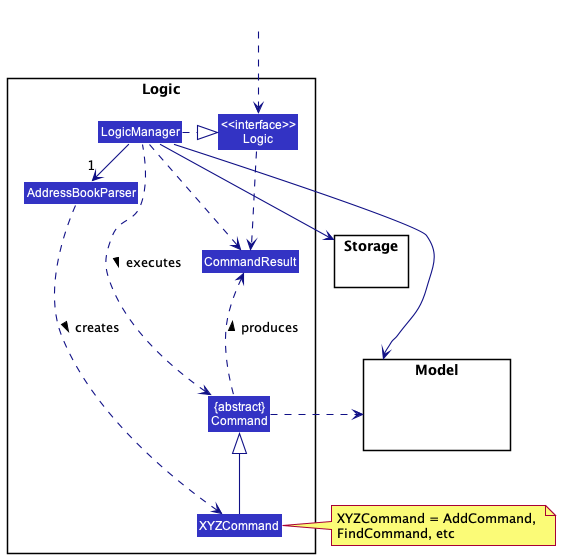
Earlier version of the PlantUML export docs/images/LogicClassDiagram.png (nus-cs2103-AY2223S2/tp).
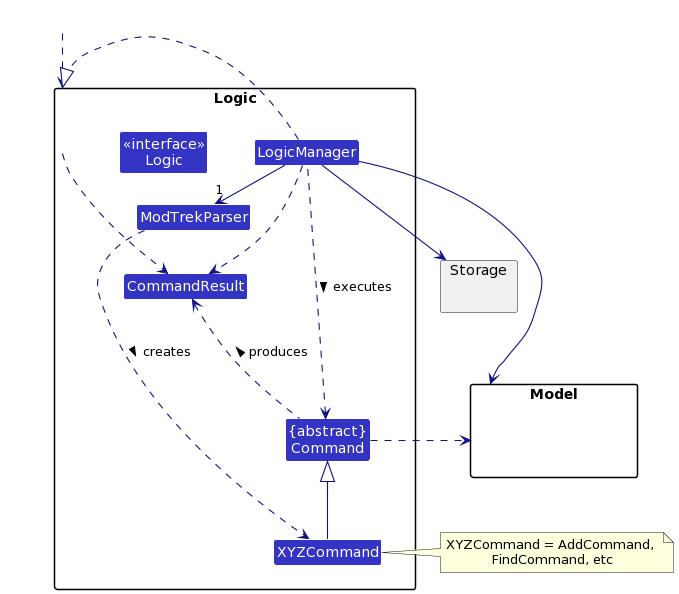
The same diagram one commit later.

Change to the diagram source:
```diff
@@ -1,12 +1,77 @@
 @startuml
-!include style.puml
+!define UI_COLOR #1D8900
+!define UI_COLOR_T1 #83E769
+!define UI_COLOR_T2 #3FC71B
+!define UI_COLOR_T3 #166800
+!define UI_COLOR_T4 #0E4100
+
+!define LOGIC_COLOR #3333C4
+!define LOGIC_COLOR_T1 #C8C8FA
+!define LOGIC_COLOR_T2 #6A6ADC
+!define LOGIC_COLOR_T3 #1616B0
+!define LOGIC_COLOR_T4 #101086
+
+!define MODEL_COLOR #9D0012
+!define MODEL_COLOR_T1 #F97181
+!define MODEL_COLOR_T2 #E41F36
+!define MODEL_COLOR_T3 #7B000E
+!define MODEL_COLOR_T4 #51000A
+
+!define STORAGE_COLOR #A38300
+!define STORAGE_COLOR_T1 #FFE374
+!define STORAGE_COLOR_T2 #EDC520
+!define STORAGE_COLOR_T3 #806600
+!define STORAGE_COLOR_T2 #544400
+
+!define USER_COLOR #000000
+
+skinparam BackgroundColor #FFFFFFF
+
+skinparam Shadowing false
+
+skinparam Class {
+    FontColor #FFFFFF
+    BorderThickness 1
+    BorderColor #FFFFFF
+    StereotypeFontColor #FFFFFF
+    FontName Arial
+}
+
+skinparam Actor {
+    BorderColor USER_COLOR
+    Color USER_COLOR
+    FontName Arial
+}
+
+skinparam Sequence {
+    MessageAlign center
+    BoxFontSize 15
+    BoxPadding 0
+    BoxFontColor #FFFFFF
+    FontName Arial
+}
+
+skinparam Participant {
+    FontColor #FFFFFFF
+    Padding 20
+}
+
+skinparam MinClassWidth 50
+skinparam ParticipantPadding 10
+skinparam Shadowing false
+skinparam DefaultTextAlignment center
+skinparam packageStyle Rectangle
+
+hide footbox
+hide members
+hide circle
 skinparam arrowThickness 1.1
 skinparam arrowColor LOGIC_COLOR_T4
 skinparam classBackgroundColor LOGIC_COLOR
 
 package Logic {
 
-Class AddressBookParser
+Class ModTrekParser
 Class XYZCommand
 Class CommandResult
 Class "{abstract}\nCommand" as Command
@@ -27,8 +92,8 @@
 HiddenOutside ..> Logic
 
 LogicManager .right.|> Logic
-LogicManager -right->"1" AddressBookParser
-AddressBookParser ..> XYZCommand : creates >
+LogicManager -right->"1" ModTrekParser
+ModTrekParser ..> XYZCommand : creates >
 
 XYZCommand -up-|> Command
 LogicManager .left.> Command : executes >
```
